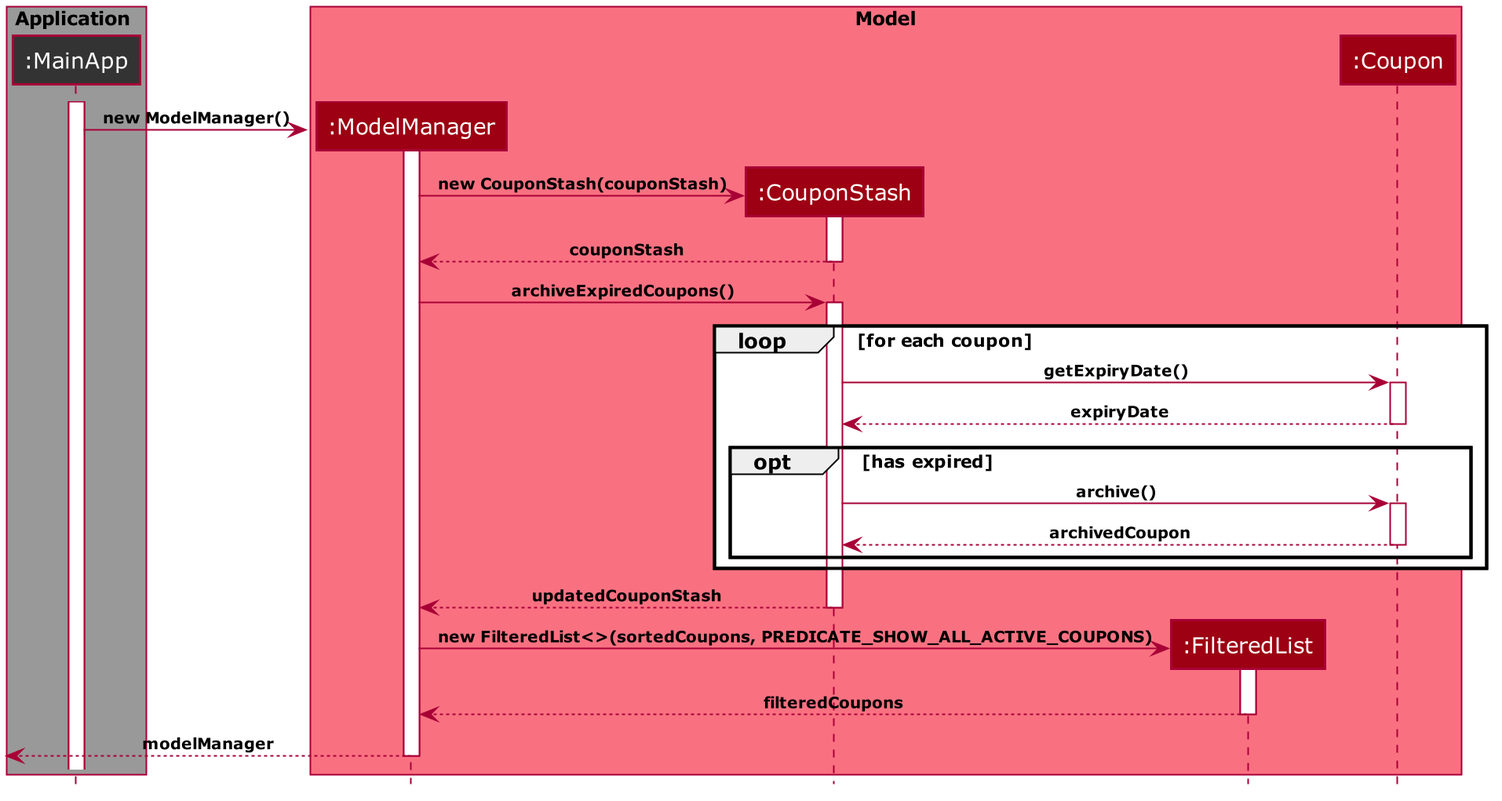
nus-cs2103-AY1920S2/addressbook-level3 keeps this PlantUML diagram as docs/images/ArchiveExpiredSequenceDiagram.png. Above is the earlier version.
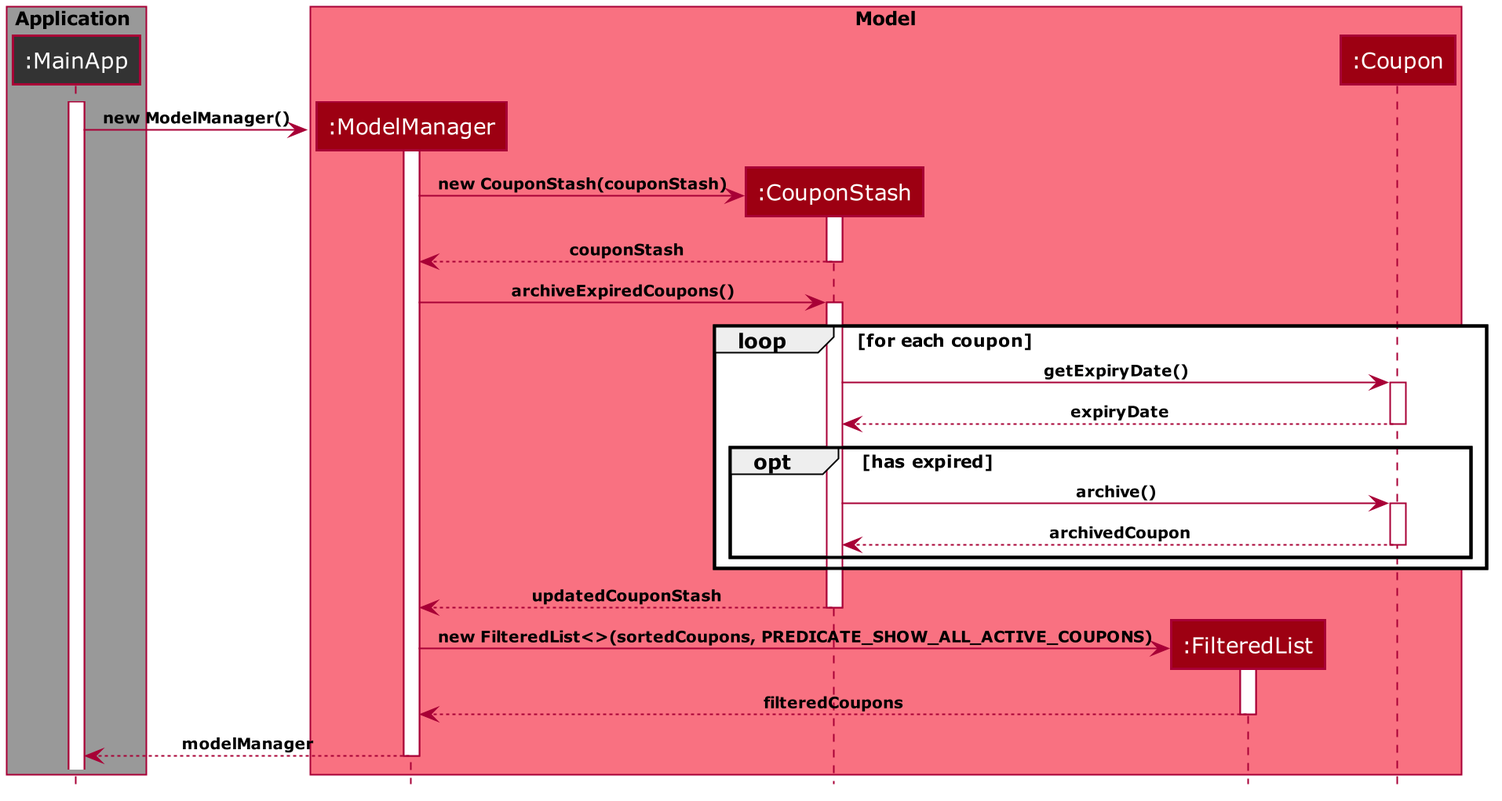
After the commit.

What changed in the source:
```diff
@@ -115,7 +115,7 @@
 FilteredList --> ModelManager: filteredCoupons
 deactivate FilteredList
 
-[<-- ModelManager : modelManager
+MainApp <-- ModelManager : modelManager
 deactivate ModelManager
 
 @enduml
```
